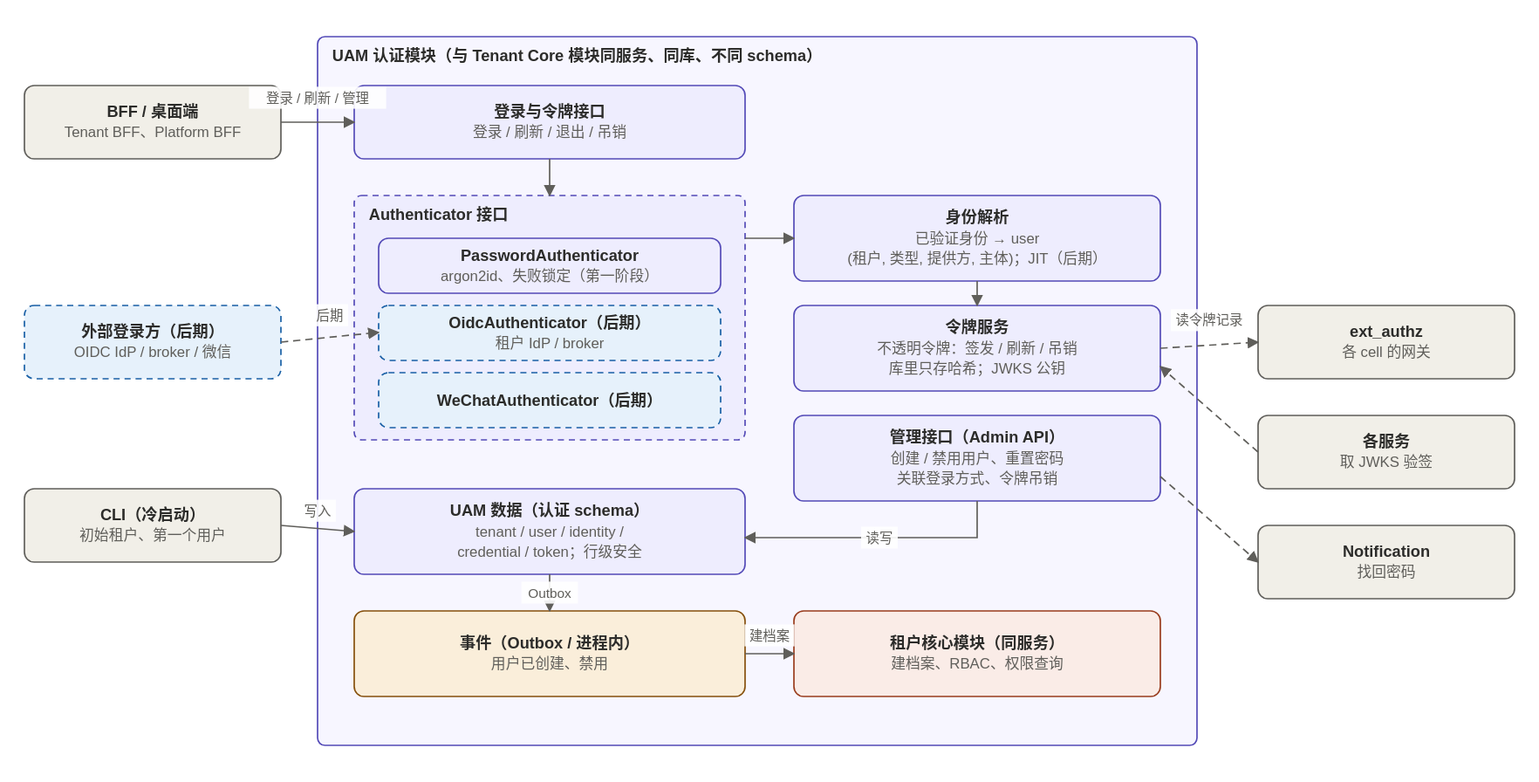
The draw.io diagram docs/system-design/assets/06-auth-service-modules.drawio.svg in xiayy860612/tech-toolkit, before a commit. Source tidied: cells renumbered, new cells last; positions are measured from the earlier drawing's top-left corner, leaving out a move shared by most shapes.
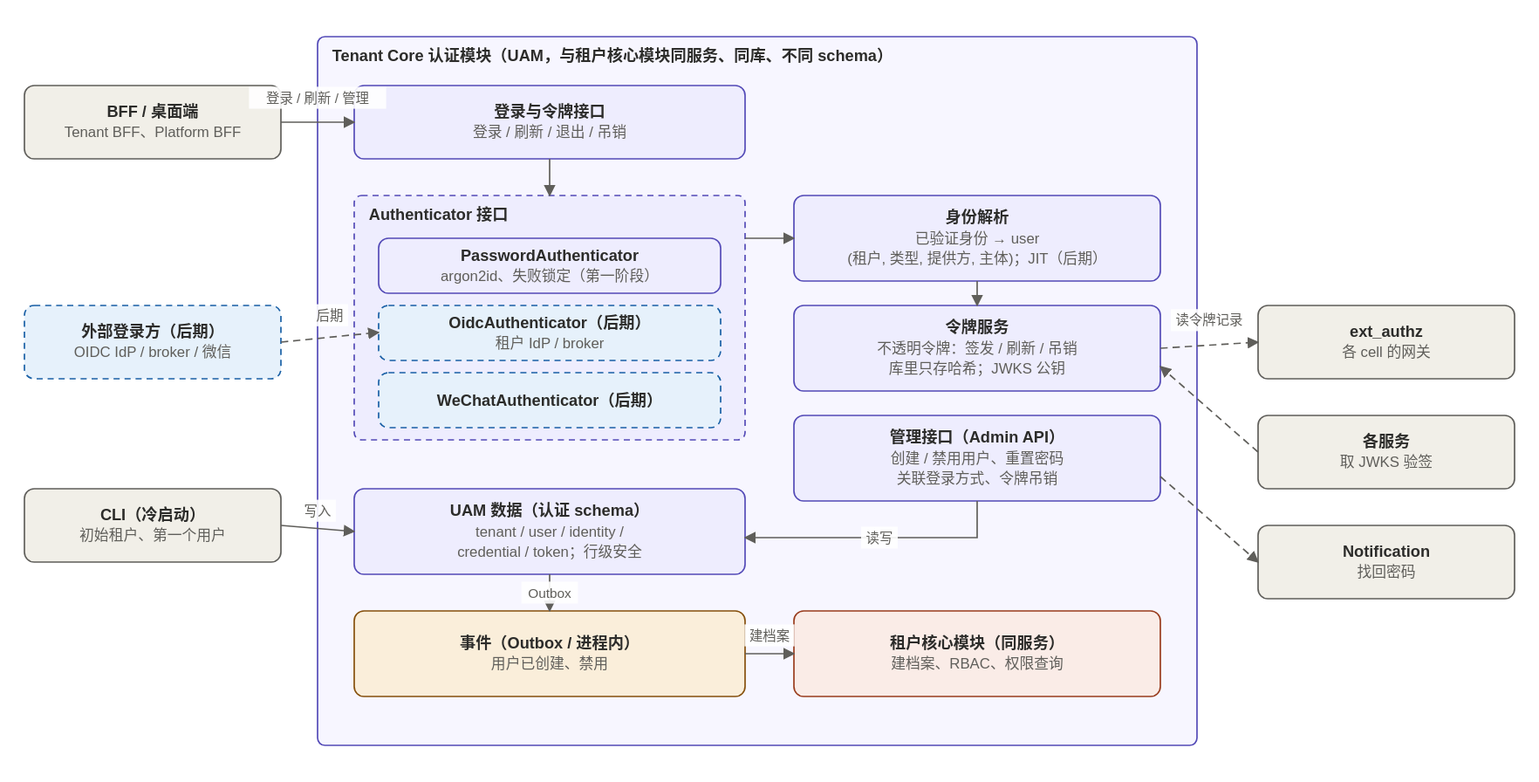
After the commit.

Commit message:
docs(system-design): UAM 并入 Tenant Core（D30），图按 cell 分层重画

Change to the diagram source:
```diff
@@ -2,7 +2,7 @@
   <root>
     <mxCell id="0" />
     <mxCell id="1" parent="0" />
-    <mxCell id="2" value="UAM 认证模块（与 Tenant Core 模块同服务、同库、不同 schema）" style="rounded=1;whiteSpace=wrap;html=1;arcSize=3;fillColor=#F7F6FF;strokeColor=#534AB7;strokeWidth=1.2;verticalAlign=top;align=left;spacingLeft=10;spacingTop=2;fontStyle=1;fontSize=13;fontColor=#2C2C2A;" parent="1" vertex="1">
+    <mxCell id="2" value="Tenant Core 认证模块（UAM，与租户核心模块同服务、同库、不同 schema）" style="rounded=1;whiteSpace=wrap;html=1;arcSize=3;fillColor=#F7F6FF;strokeColor=#534AB7;strokeWidth=1.2;verticalAlign=top;align=left;spacingLeft=10;spacingTop=2;fontStyle=1;fontSize=13;fontColor=#2C2C2A;" parent="1" vertex="1">
       <mxGeometry x="240" width="720" height="580" as="geometry" />
     </mxCell>
     <mxCell id="3" value="&lt;b&gt;登录与令牌接口&lt;/b&gt;&lt;br&gt;&lt;font color=&quot;#5F5E5A&quot; style=&quot;font-size: 12px;&quot;&gt;登录 / 刷新 / 退出 / 吊销&lt;/font&gt;" style="rounded=1;whiteSpace=wrap;html=1;arcSize=12;fillColor=#EEEDFE;strokeColor=#534AB7;fontSize=13;fontColor=#2C2C2A;strokeWidth=1.2;" parent="1" vertex="1">
```
